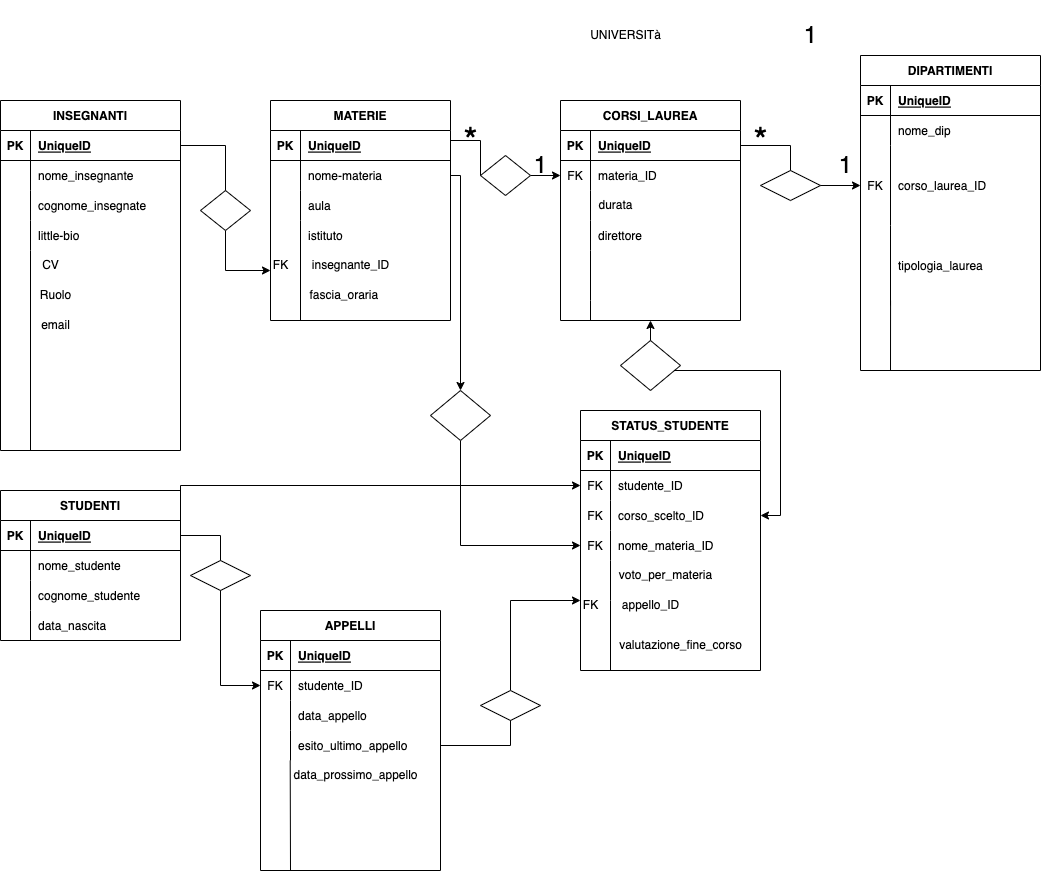
Above: university.png in DezVibez/db-university (draw.io), before the change. Source tidied: cells renumbered, new cells last; positions are measured from the earlier drawing's top-left corner, leaving out a move shared by most shapes.
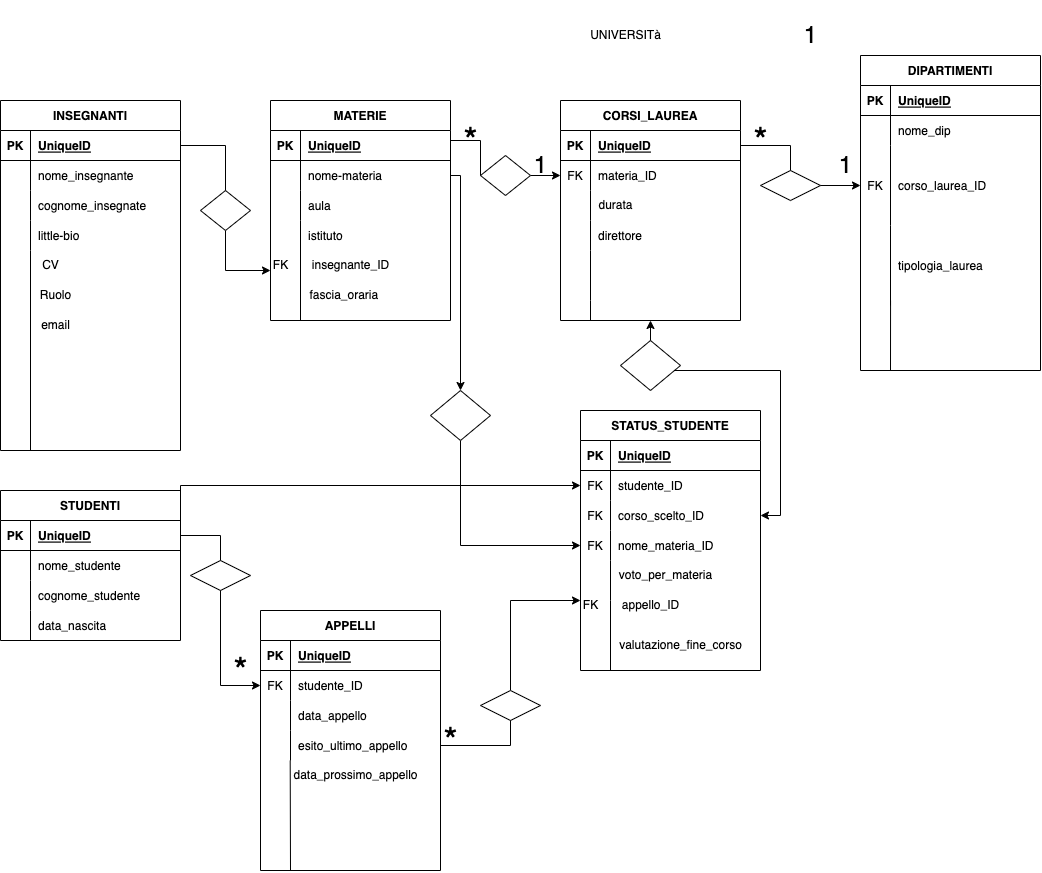
After the change.

Commit message:
importato su php my admin il database university

Diff of the diagram source:
```diff
@@ -482,5 +482,11 @@
     <mxCell id="140" value="&lt;font style=&quot;font-size: 36px;&quot;&gt;*&lt;/font&gt;" style="text;html=1;align=center;verticalAlign=middle;strokeColor=none;fillColor=none;" parent="1" vertex="1">
       <mxGeometry x="450" y="110" width="40" height="60" as="geometry" />
     </mxCell>
+    <mxCell id="141" value="&lt;font style=&quot;font-size: 36px;&quot;&gt;*&lt;/font&gt;" style="text;html=1;align=center;verticalAlign=middle;strokeColor=none;fillColor=none;" parent="1" vertex="1">
+      <mxGeometry x="430" y="710" width="40" height="60" as="geometry" />
+    </mxCell>
+    <mxCell id="142" value="&lt;font style=&quot;font-size: 36px;&quot;&gt;*&lt;/font&gt;" style="text;html=1;align=center;verticalAlign=middle;strokeColor=none;fillColor=none;" parent="1" vertex="1">
+      <mxGeometry x="220" y="640" width="40" height="60" as="geometry" />
+    </mxCell>
   </root>
 </mxGraphModel>
```
